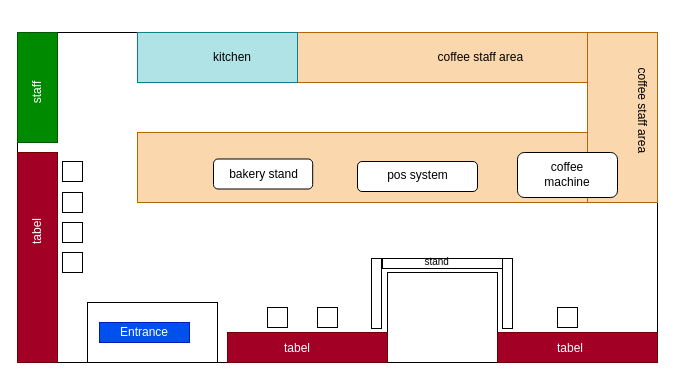
Before: Untitled Diagram.drawio in Winfred2587/waiphyo, a draw.io diagram. Source tidied: cells renumbered, new cells numbered last; positions are measured from the earlier drawing's top-left corner, leaving out a move shared by most shapes. Both pictures are drawn from the tidied source at 100%, with x=0, y=0 at pixel (17, 32).
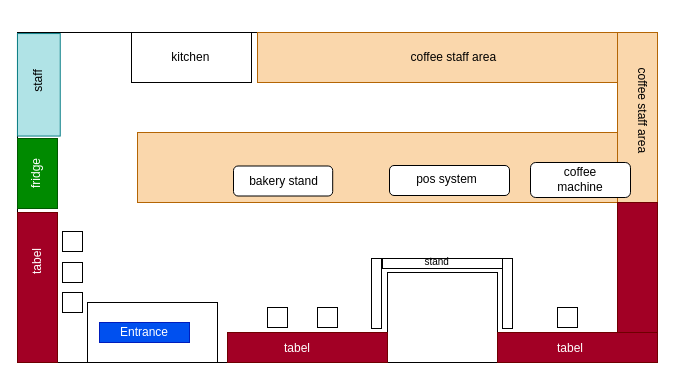
The same page after the edit.

The change refers to these unchanged cells:
```xml
<mxCell id="15" style="group;" parent="1" vertex="1">
  <mxGeometry x="340" y="129" width="120" height="30" as="geometry" />
</mxCell>
```

What changed in the source:
```diff
@@
     <mxCell id="6" style="rounded=0;whiteSpace=wrap;html=1;fillColor=#fad7ac;strokeColor=#b46504;" parent="1" vertex="1">
-      <mxGeometry x="280" width="290" height="50" as="geometry" />
+      <mxGeometry x="240" width="360" height="50" as="geometry" />
     </mxCell>
     <mxCell id="7" style="rounded=0;whiteSpace=wrap;html=1;fillColor=#fad7ac;strokeColor=#b46504;" parent="1" vertex="1">
-      <mxGeometry x="120" y="100" width="450" height="70" as="geometry" />
+      <mxGeometry x="120" y="100" width="480" height="70" as="geometry" />
     </mxCell>
     <mxCell id="8" style="rounded=0;whiteSpace=wrap;html=1;fillColor=#fad7ac;strokeColor=#b46504;" parent="1" vertex="1">
-      <mxGeometry x="570" width="70" height="170" as="geometry" />
+      <mxGeometry x="600" width="40" height="170" as="geometry" />
     </mxCell>
@@
     <mxCell id="11" style="rounded=0;whiteSpace=wrap;html=1;fillColor=#a20025;strokeColor=#6F0000;fontColor=#ffffff;" parent="1" vertex="1">
-      <mxGeometry y="120" width="40" height="210" as="geometry" />
+      <mxGeometry y="180" width="40" height="150" as="geometry" />
     </mxCell>
     <mxCell id="12" value="&lt;font color=&quot;#ffffff&quot;&gt;tabel&lt;/font&gt;" style="text;html=1;strokeColor=none;fillColor=none;align=center;verticalAlign=middle;whiteSpace=wrap;rounded=0;rotation=-90;" parent="1" vertex="1">
-      <mxGeometry y="189" width="40" height="20" as="geometry" />
+      <mxGeometry y="219" width="40" height="20" as="geometry" />
     </mxCell>
-    <mxCell id="13" style="rounded=0;whiteSpace=wrap;html=1;fillColor=#b0e3e6;strokeColor=#0e8088;" parent="1" vertex="1">
-      <mxGeometry x="120" width="160" height="50" as="geometry" />
+    <mxCell id="13" style="rounded=0;whiteSpace=wrap;html=1;fillColor=#b0e3e6;strokeColor=#0e8088;rotation=-90;" parent="1" vertex="1">
+      <mxGeometry x="-29.9" y="30.9" width="102.5" height="42.8" as="geometry" />
     </mxCell>
-    <mxCell id="14" value="kitchen" style="text;html=1;strokeColor=none;fillColor=none;align=center;verticalAlign=middle;whiteSpace=wrap;rounded=0;" parent="1" vertex="1">
-      <mxGeometry x="160" y="15" width="110" height="20" as="geometry" />
+    <mxCell id="14" value="staff" style="text;html=1;strokeColor=none;fillColor=none;align=center;verticalAlign=middle;whiteSpace=wrap;rounded=0;rotation=-90;" parent="1" vertex="1">
+      <mxGeometry x="-35" y="38.5" width="110" height="20" as="geometry" />
     </mxCell>
@@
     <mxCell id="16" style="rounded=1;whiteSpace=wrap;html=1;" parent="15" vertex="1">
-      <mxGeometry width="120" height="30" as="geometry" />
+      <mxGeometry x="32" y="4" width="120" height="30" as="geometry" />
     </mxCell>
     <mxCell id="17" value="pos system" style="text;html=1;strokeColor=none;fillColor=none;align=center;verticalAlign=middle;whiteSpace=wrap;rounded=0;" parent="15" vertex="1">
-      <mxGeometry x="8.6" y="3.5" width="102.9" height="20" as="geometry" />
+      <mxGeometry x="37.6" y="7.5" width="102.9" height="20" as="geometry" />
     </mxCell>
     <mxCell id="18" style="group;" parent="1" vertex="1">
-      <mxGeometry x="500" y="120" width="100" height="45" as="geometry" />
+      <mxGeometry x="513" y="130" width="100" height="35" as="geometry" />
     </mxCell>
     <mxCell id="19" style="rounded=1;whiteSpace=wrap;html=1;" parent="18" vertex="1">
-      <mxGeometry width="100" height="45" as="geometry" />
+      <mxGeometry width="100" height="35" as="geometry" />
     </mxCell>
     <mxCell id="20" value="coffee machine" style="text;html=1;strokeColor=none;fillColor=none;align=center;verticalAlign=middle;whiteSpace=wrap;rounded=0;" parent="18" vertex="1">
-      <mxGeometry x="10" y="9" width="80" height="25" as="geometry" />
+      <mxGeometry x="10" y="7" width="80" height="19.4" as="geometry" />
     </mxCell>
     <mxCell id="21" style="group;" parent="1" vertex="1">
-      <mxGeometry x="196" y="126.5" width="100" height="30" as="geometry" />
+      <mxGeometry x="216" y="133.5" width="100" height="30" as="geometry" />
     </mxCell>
@@
     <mxCell id="24" style="rounded=0;whiteSpace=wrap;html=1;fillColor=#008a00;strokeColor=#005700;fontColor=#ffffff;" parent="1" vertex="1">
-      <mxGeometry width="40" height="110" as="geometry" />
+      <mxGeometry y="106" width="40" height="70" as="geometry" />
     </mxCell>
-    <mxCell id="25" value="&lt;font color=&quot;#ffffff&quot;&gt;staff&lt;/font&gt;" style="text;html=1;strokeColor=none;fillColor=none;align=center;verticalAlign=middle;whiteSpace=wrap;rounded=0;rotation=-90;" parent="1" vertex="1">
-      <mxGeometry y="50" width="40" height="20" as="geometry" />
+    <mxCell id="25" value="&lt;font color=&quot;#ffffff&quot;&gt;fridge&lt;/font&gt;" style="text;html=1;strokeColor=none;fillColor=none;align=center;verticalAlign=middle;whiteSpace=wrap;rounded=0;rotation=-90;" parent="1" vertex="1">
+      <mxGeometry x="-1" y="131" width="40" height="20" as="geometry" />
     </mxCell>
     <mxCell id="26" value="coffee staff area&amp;nbsp;" style="text;html=1;strokeColor=none;fillColor=none;align=center;verticalAlign=middle;whiteSpace=wrap;rounded=0;" parent="1" vertex="1">
-      <mxGeometry x="370" y="15" width="190" height="20" as="geometry" />
+      <mxGeometry x="343" y="15" width="190" height="20" as="geometry" />
     </mxCell>
@@
     <mxCell id="28" style="rounded=0;whiteSpace=wrap;html=1;" parent="1" vertex="1">
-      <mxGeometry x="45" y="129" width="20" height="20" as="geometry" />
+      <mxGeometry x="45" y="199" width="20" height="20" as="geometry" />
     </mxCell>
     <mxCell id="29" style="rounded=0;whiteSpace=wrap;html=1;" parent="1" vertex="1">
-      <mxGeometry x="45" y="160" width="20" height="20" as="geometry" />
+      <mxGeometry x="45" y="230" width="20" height="20" as="geometry" />
     </mxCell>
     <mxCell id="30" style="rounded=0;whiteSpace=wrap;html=1;" parent="1" vertex="1">
-      <mxGeometry x="45" y="190" width="20" height="20" as="geometry" />
+      <mxGeometry x="45" y="260" width="20" height="20" as="geometry" />
     </mxCell>
-    <mxCell id="31" style="rounded=0;whiteSpace=wrap;html=1;" parent="1" vertex="1">
-      <mxGeometry x="45" y="220" width="20" height="20" as="geometry" />
-    </mxCell>
@@
+    <mxCell id="41" style="rounded=0;whiteSpace=wrap;html=1;fillColor=#a20025;strokeColor=#6F0000;fontColor=#ffffff;" parent="1" vertex="1">
+      <mxGeometry x="600" y="170" width="40" height="130" as="geometry" />
+    </mxCell>
+    <mxCell id="42" style="rounded=0;whiteSpace=wrap;html=1;" parent="1" vertex="1">
+      <mxGeometry x="114" width="120" height="50" as="geometry" />
+    </mxCell>
+    <mxCell id="43" value="kitchen&amp;nbsp;" style="text;html=1;strokeColor=none;fillColor=none;align=center;verticalAlign=middle;whiteSpace=wrap;rounded=0;" parent="1" vertex="1">
+      <mxGeometry x="120" y="15" width="110" height="20" as="geometry" />
+    </mxCell>
```
